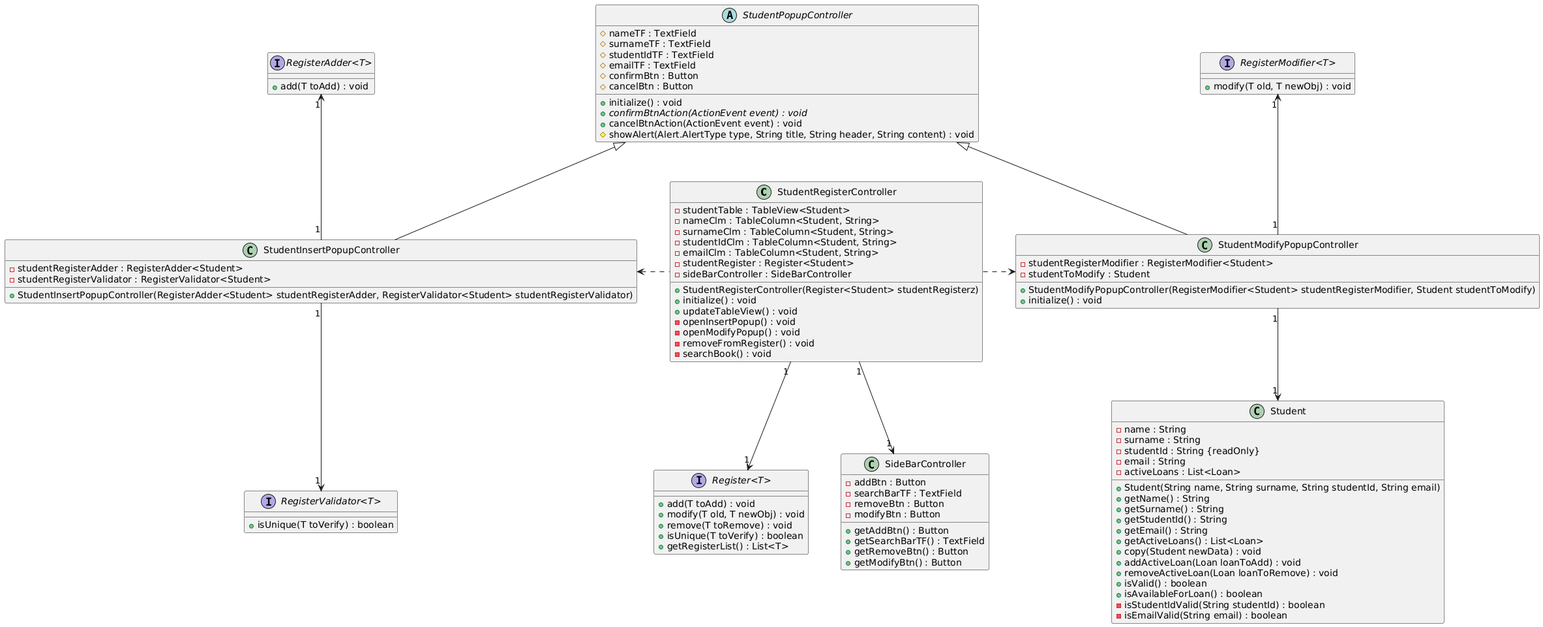
Earlier version of the PlantUML export docs/Class Diagrams/Detailed View/Complete Diagrams/StudentRegisterControllerPerspective/StudentRegisterControllerPerspective.png (cwke/LibraryManager). The source it was exported from:
```plantuml
@startuml
skinparam nodesep 50

StudentRegisterController "1" -d-> "1" "SideBarController"
StudentRegisterController "1" -d-> "1" "Register<T>"
StudentRegisterController .l.> StudentInsertPopupController
StudentRegisterController .r.> StudentModifyPopupController

StudentInsertPopupController "1" -u-> "1" "RegisterAdder<T>"
StudentInsertPopupController "1" -d-> "1" "RegisterValidator<T>"
StudentInsertPopupController -u-|> StudentPopupController


StudentModifyPopupController "1" -u-> "1" "RegisterModifier<T>"
StudentModifyPopupController -u-|> StudentPopupController
StudentModifyPopupController "1" -d-> "1" Student

class Student {
    - name : String
    - surname : String
    - studentId : String {readOnly}
    - email : String
    - activeLoans : List<Loan>

    + Student(String name, String surname, String studentId, String email)
    + getName() : String
    + getSurname() : String
    + getStudentId() : String
    + getEmail() : String
    + getActiveLoans() : List<Loan>
    + copy(Student newData) : void
    + addActiveLoan(Loan loanToAdd) : void
    + removeActiveLoan(Loan loanToRemove) : void
    + isValid() : boolean
    + isAvailableForLoan() : boolean
    - isStudentIdValid(String studentId) : boolean
    - isEmailValid(String email) : boolean
}

interface "Register<T>" {
    + add(T toAdd) : void
    + modify(T old, T newObj) : void
    + remove(T toRemove) : void
    + isUnique(T toVerify) : boolean
    + getRegisterList() : List<T>
}

interface "RegisterAdder<T>" {
    + add(T toAdd) : void
}

interface "RegisterModifier<T>" {
    + modify(T old, T newObj) : void
}

interface "RegisterValidator<T>" {
    + isUnique(T toVerify) : boolean
}

class SideBarController {
    - addBtn : Button
    - searchBarTF : TextField
    - removeBtn : Button
    - modifyBtn : Button

    + getAddBtn() : Button
    + getSearchBarTF() : TextField
    + getRemoveBtn() : Button
    + getModifyBtn() : Button
}

class StudentRegisterController {
    - studentTable : TableView<Student>
    - nameClm : TableColumn<Student, String>
    - surnameClm : TableColumn<Student, String>
    - studentIdClm : TableColumn<Student, String>
    - emailClm : TableColumn<Student, String>
    - studentRegister : Register<Student>
    - sideBarController : SideBarController

    + StudentRegisterController(Register<Student> studentRegisterz)
    + initialize() : void
    + updateTableView() : void
    - openInsertPopup() : void
    - openModifyPopup() : void
    - removeFromRegister() : void
    - searchBook() : void
}

abstract class StudentPopupController {
    # nameTF : TextField
    # surnameTF : TextField
    # studentIdTF : TextField
    # emailTF : TextField
    # confirmBtn : Button
    # cancelBtn : Button

    + initialize() : void
    + {abstract} confirmBtnAction(ActionEvent event) : void
    + cancelBtnAction(ActionEvent event) : void
    # showAlert(Alert.AlertType type, String title, String header, String content) : void
}

class StudentInsertPopupController {
    - studentRegisterAdder : RegisterAdder<Student>
    - studentRegisterValidator : RegisterValidator<Student>

    + StudentInsertPopupController(RegisterAdder<Student> studentRegisterAdder, RegisterValidator<Student> studentRegisterValidator)
}

class StudentModifyPopupController {
    - studentRegisterModifier : RegisterModifier<Student>
    - studentToModify : Student

    + StudentModifyPopupController(RegisterModifier<Student> studentRegisterModifier, Student studentToModify)
    + initialize() : void
}
@enduml
```
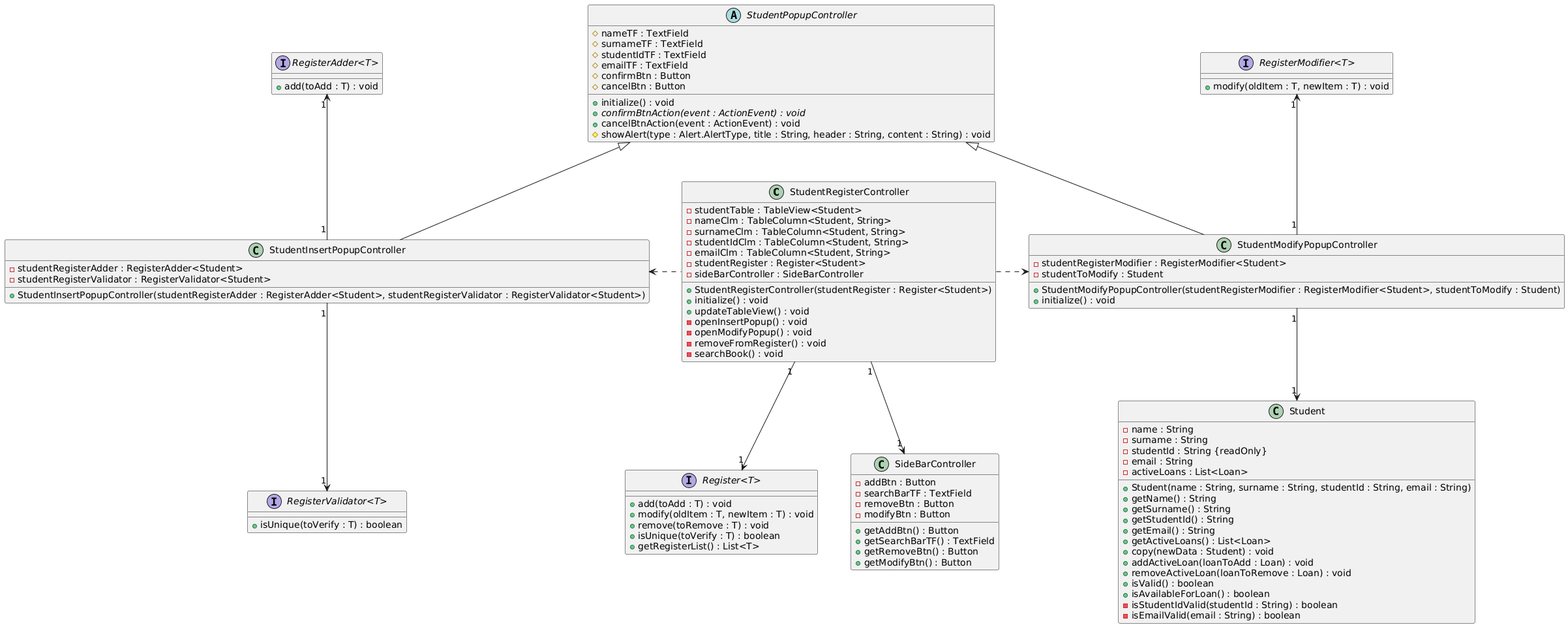
The same file after the commit.

The edit, as a diff of the source:
```diff
@@ -15,6 +15,8 @@
 StudentModifyPopupController -u-|> StudentPopupController
 StudentModifyPopupController "1" -d-> "1" Student
 
+
+
 class Student {
     - name : String
     - surname : String
@@ -22,39 +24,39 @@
     - email : String
     - activeLoans : List<Loan>
 
-    + Student(String name, String surname, String studentId, String email)
+    + Student(name : String, surname : String, studentId : String, email : String)
     + getName() : String
     + getSurname() : String
     + getStudentId() : String
     + getEmail() : String
     + getActiveLoans() : List<Loan>
-    + copy(Student newData) : void
-    + addActiveLoan(Loan loanToAdd) : void
-    + removeActiveLoan(Loan loanToRemove) : void
+    + copy(newData : Student) : void
+    + addActiveLoan(loanToAdd : Loan) : void
+    + removeActiveLoan(loanToRemove : Loan) : void
     + isValid() : boolean
     + isAvailableForLoan() : boolean
-    - isStudentIdValid(String studentId) : boolean
-    - isEmailValid(String email) : boolean
+    - isStudentIdValid(studentId : String) : boolean
+    - isEmailValid(email : String) : boolean
 }
 
 interface "Register<T>" {
-    + add(T toAdd) : void
-    + modify(T old, T newObj) : void
-    + remove(T toRemove) : void
-    + isUnique(T toVerify) : boolean
+    + add(toAdd : T) : void
+    + modify(oldItem : T, newItem : T) : void
+    + remove(toRemove : T) : void
+    + isUnique(toVerify : T) : boolean
     + getRegisterList() : List<T>
 }
 
 interface "RegisterAdder<T>" {
-    + add(T toAdd) : void
+    + add(toAdd : T) : void
 }
 
 interface "RegisterModifier<T>" {
-    + modify(T old, T newObj) : void
+    + modify(oldItem : T, newItem : T) : void
 }
 
 interface "RegisterValidator<T>" {
-    + isUnique(T toVerify) : boolean
+    + isUnique(toVerify : T) : boolean
 }
 
 class SideBarController {
@@ -78,7 +80,7 @@
     - studentRegister : Register<Student>
     - sideBarController : SideBarController
 
-    + StudentRegisterController(Register<Student> studentRegisterz)
+    + StudentRegisterController(studentRegister : Register<Student>)
     + initialize() : void
     + updateTableView() : void
     - openInsertPopup() : void
@@ -96,23 +98,23 @@
     # cancelBtn : Button
 
     + initialize() : void
-    + {abstract} confirmBtnAction(ActionEvent event) : void
-    + cancelBtnAction(ActionEvent event) : void
-    # showAlert(Alert.AlertType type, String title, String header, String content) : void
+    + {abstract} confirmBtnAction(event : ActionEvent) : void
+    + cancelBtnAction(event : ActionEvent) : void
+    # showAlert(type : Alert.AlertType, title : String, header : String, content : String) : void
 }
 
 class StudentInsertPopupController {
     - studentRegisterAdder : RegisterAdder<Student>
     - studentRegisterValidator : RegisterValidator<Student>
 
-    + StudentInsertPopupController(RegisterAdder<Student> studentRegisterAdder, RegisterValidator<Student> studentRegisterValidator)
+    + StudentInsertPopupController(studentRegisterAdder : RegisterAdder<Student>, studentRegisterValidator : RegisterValidator<Student>)
 }
 
 class StudentModifyPopupController {
     - studentRegisterModifier : RegisterModifier<Student>
     - studentToModify : Student
 
-    + StudentModifyPopupController(RegisterModifier<Student> studentRegisterModifier, Student studentToModify)
+    + StudentModifyPopupController(studentRegisterModifier : RegisterModifier<Student>, studentToModify : Student)
     + initialize() : void
 }
 @enduml
```
